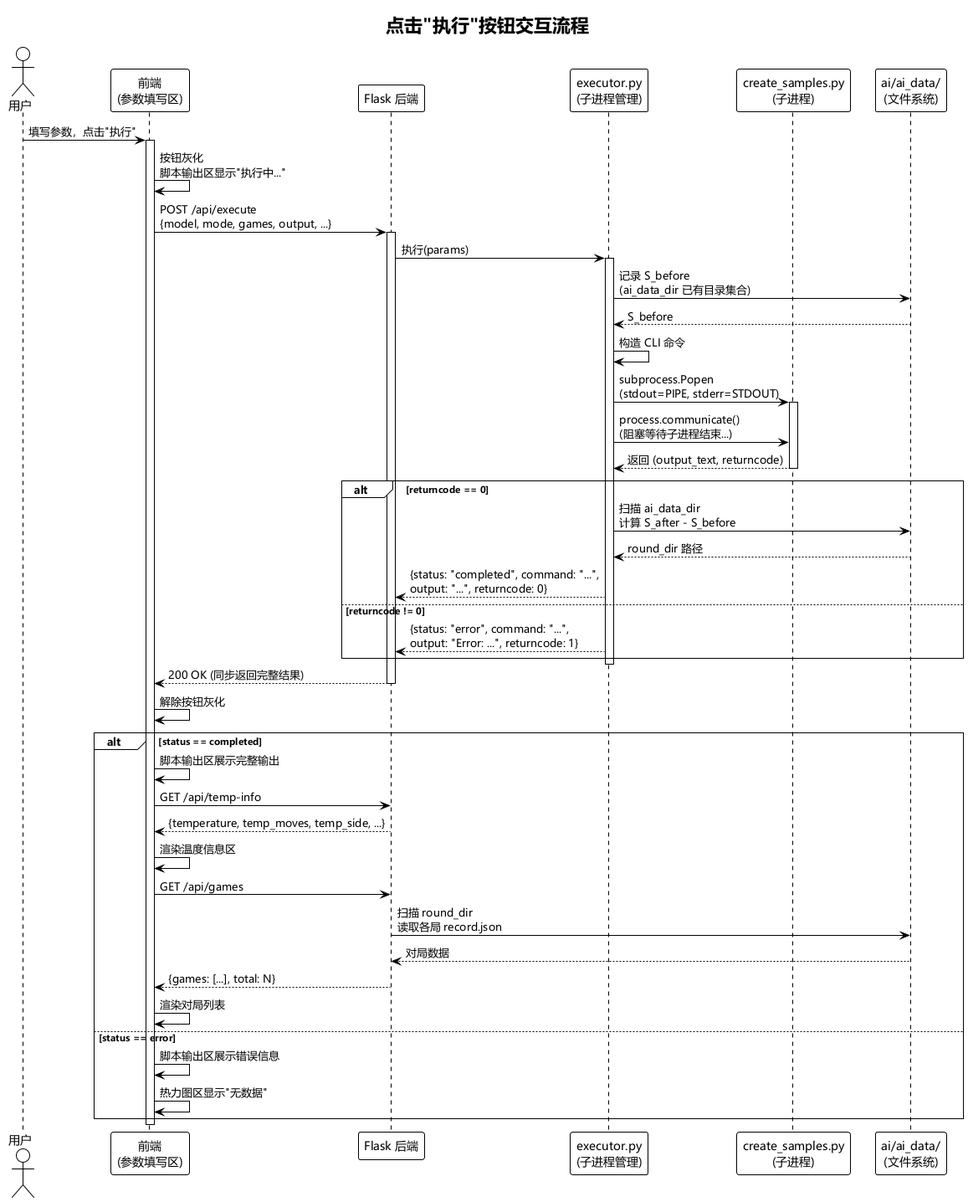
The PlantUML diagram design/1/execute_flow.png in nanhao/gomoku, before a commit.
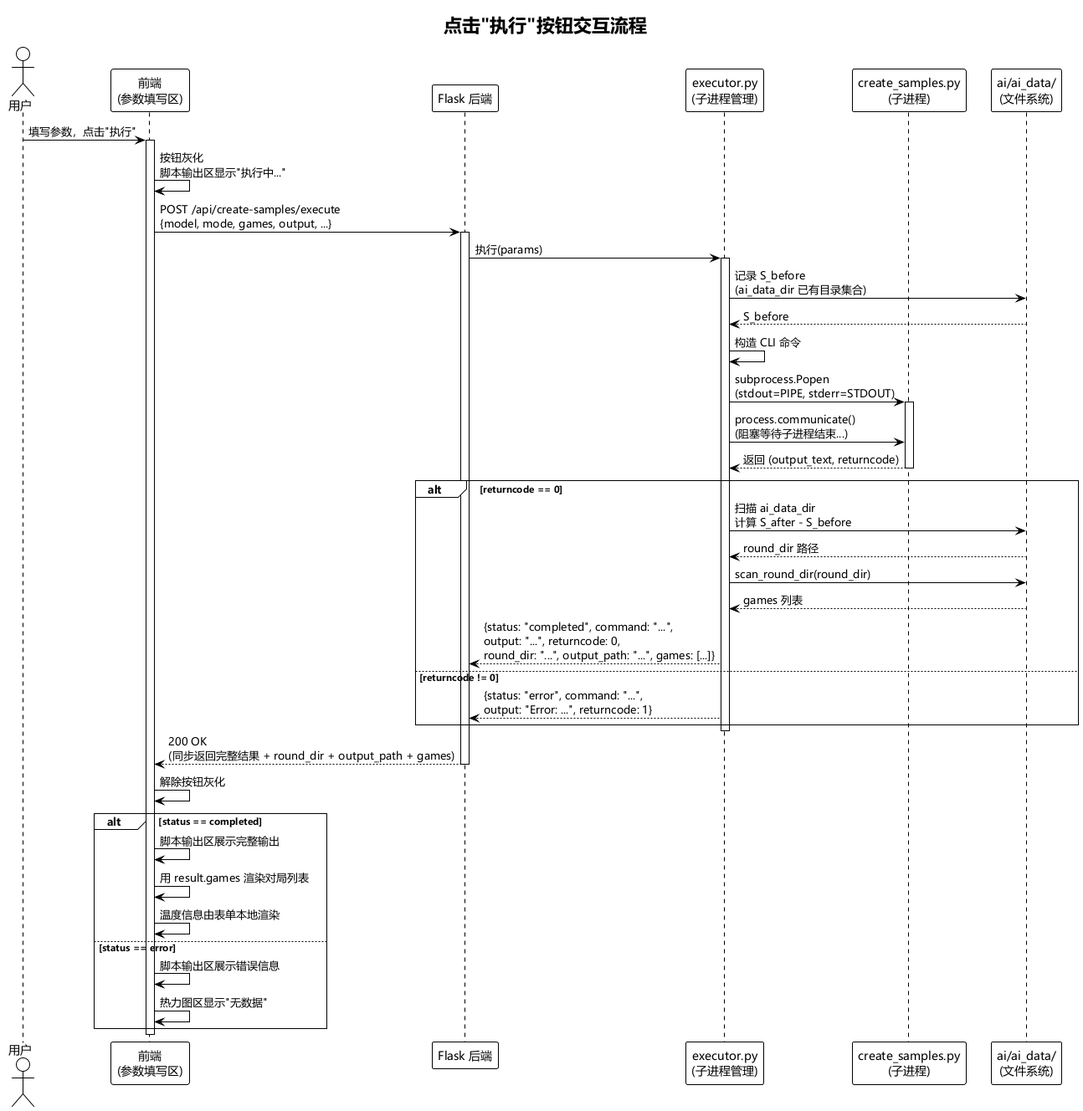
The same file after the commit.

The edit, as a diff of the source:
```diff
@@ -16,7 +16,7 @@
 
 FE -> FE: 按钮灰化\n脚本输出区显示"执行中..."
 
-FE -> BE: POST /api/execute\n{model, mode, games, output, ...}
+FE -> BE: POST /api/create-samples/execute\n{model, mode, games, output, ...}
 activate BE
 
 BE -> EX: 执行(params)
@@ -37,30 +37,24 @@
 alt returncode == 0
     EX -> FS: 扫描 ai_data_dir\n计算 S_after - S_before
     FS --> EX: round_dir 路径
-    EX --> BE: {status: "completed", command: "...",\noutput: "...", returncode: 0}
+    EX -> FS: scan_round_dir(round_dir)
+    FS --> EX: games 列表
+    EX --> BE: {status: "completed", command: "...",\noutput: "...", returncode: 0,\nround_dir: "...", output_path: "...", games: [...]}
 else returncode != 0
     EX --> BE: {status: "error", command: "...",\noutput: "Error: ...", returncode: 1}
 end
 
 deactivate EX
 
-BE --> FE: 200 OK (同步返回完整结果)
+BE --> FE: 200 OK\n(同步返回完整结果 + round_dir + output_path + games)
 deactivate BE
 
 FE -> FE: 解除按钮灰化
 
 alt status == completed
     FE -> FE: 脚本输出区展示完整输出
-
-    FE -> BE: GET /api/temp-info
-    BE --> FE: {temperature, temp_moves, temp_side, ...}
-    FE -> FE: 渲染温度信息区
-
-    FE -> BE: GET /api/games
-    BE -> FS: 扫描 round_dir\n读取各局 record.json
-    FS --> BE: 对局数据
-    BE --> FE: {games: [...], total: N}
-    FE -> FE: 渲染对局列表
+    FE -> FE: 用 result.games 渲染对局列表
+    FE -> FE: 温度信息由表单本地渲染
 else status == error
     FE -> FE: 脚本输出区展示错误信息
     FE -> FE: 热力图区显示"无数据"
```
